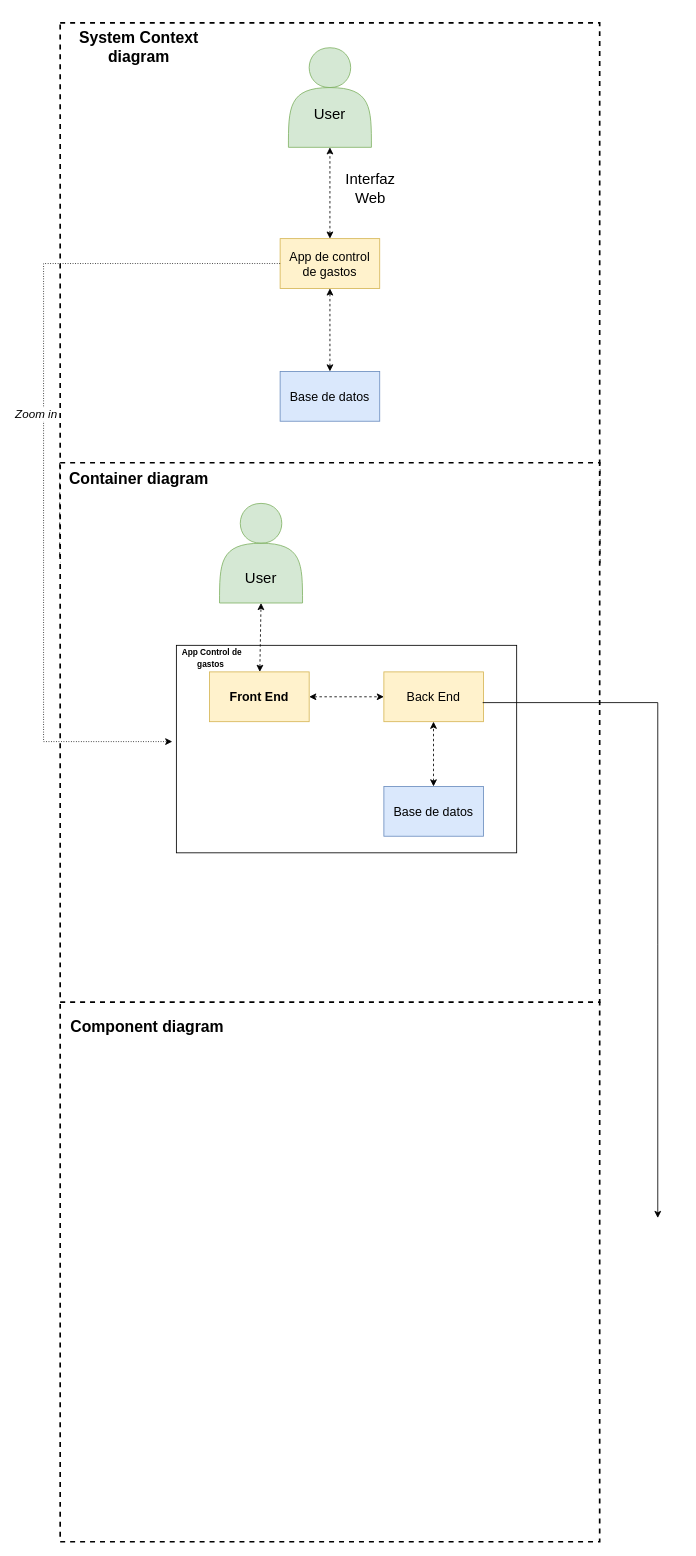
This is Diagram/C4-diagram.drawio from Camilo2299/CI-CD-Project, a draw.io file, before an edit. Source tidied: cells renumbered, new cells numbered last; positions are measured from the earlier drawing's top-left corner, leaving out a move shared by most shapes. Both pictures are drawn from the tidied source at 83%, with x=0, y=0 at pixel (43, 14).
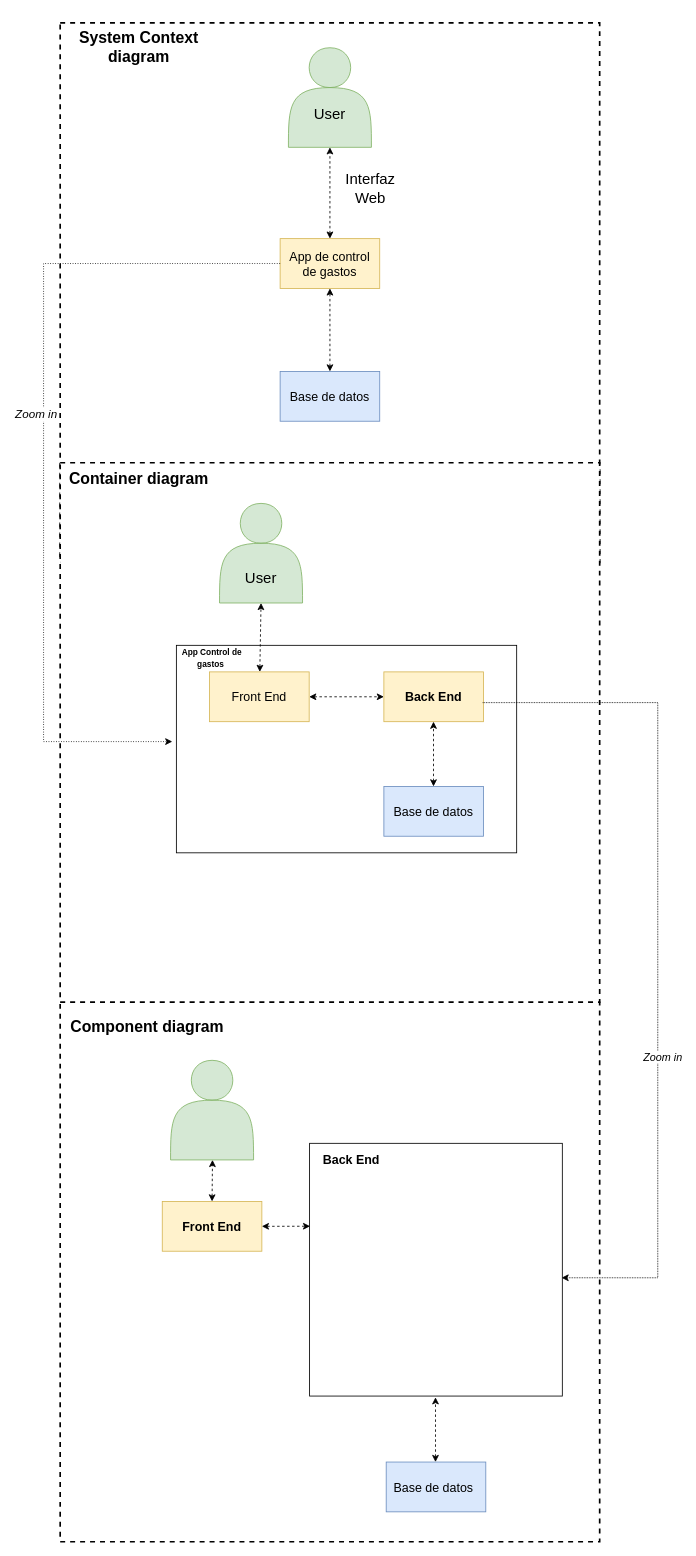
After the change.

Unchanged cells that the change refers to:
```xml
<mxCell id="20" style="rounded=0;whiteSpace=wrap;html=1;fillColor=#fff2cc;strokeColor=#d6b656;" parent="1" vertex="1">
  <mxGeometry x="410" y="792" width="120" height="60" as="geometry" />
</mxCell>
```

The edit, as a diff of the source:
```diff
@@
-    <mxCell id="19" value="&lt;font style=&quot;font-size: 15px;&quot;&gt;Front End&lt;/font&gt;" style="text;strokeColor=none;align=center;fillColor=none;html=1;verticalAlign=middle;whiteSpace=wrap;rounded=0;fontStyle=1;" parent="1" vertex="1">
+    <mxCell id="19" value="&lt;font style=&quot;font-size: 15px; font-weight: normal;&quot;&gt;Front End&lt;/font&gt;" style="text;strokeColor=none;align=center;fillColor=none;html=1;verticalAlign=middle;whiteSpace=wrap;rounded=0;fontStyle=1;" parent="1" vertex="1">
       <mxGeometry x="210" y="802" width="100" height="40" as="geometry" />
     </mxCell>
@@
-    <mxCell id="21" value="&lt;font style=&quot;font-size: 15px;&quot;&gt;Back End&lt;/font&gt;" style="text;strokeColor=none;align=center;fillColor=none;html=1;verticalAlign=middle;whiteSpace=wrap;rounded=0;" parent="1" vertex="1">
+    <mxCell id="21" value="&lt;font style=&quot;font-size: 15px;&quot;&gt;&lt;b&gt;Back End&lt;/b&gt;&lt;/font&gt;" style="text;strokeColor=none;align=center;fillColor=none;html=1;verticalAlign=middle;whiteSpace=wrap;rounded=0;" parent="1" vertex="1">
       <mxGeometry x="420" y="802" width="100" height="40" as="geometry" />
     </mxCell>
@@
-    <mxCell id="32" style="endArrow=classic;html=1;rounded=0;exitX=0.992;exitY=0.617;exitDx=0;exitDy=0;exitPerimeter=0;" parent="1" edge="1" source="20">
+    <mxCell id="32" style="endArrow=classic;html=1;rounded=0;exitX=0.992;exitY=0.617;exitDx=0;exitDy=0;exitPerimeter=0;entryX=0.997;entryY=0.532;entryDx=0;entryDy=0;entryPerimeter=0;dashed=1;dashPattern=1 1;" parent="1" edge="1" source="20" target="38">
       <mxGeometry relative="1" as="geometry">
-        <mxPoint x="740" y="1450" as="targetPoint" />
         <Array as="points">
           <mxPoint x="740" y="829" />
           <mxPoint x="740" y="1120" />
+          <mxPoint x="740" y="1330" />
+          <mxPoint x="740" y="1522" />
         </Array>
       </mxGeometry>
     </mxCell>
+    <mxCell id="33" value="&lt;font size=&quot;1&quot; style=&quot;&quot;&gt;&lt;i style=&quot;font-size: 13px;&quot;&gt;Zoom in&lt;/i&gt;&lt;/font&gt;" style="edgeLabel;html=1;align=center;verticalAlign=middle;" parent="32" vertex="1">
+      <mxGeometry x="0.25" y="5" relative="1" as="geometry" />
+    </mxCell>
+    <mxCell id="34" style="shape=actor;whiteSpace=wrap;html=1;fillColor=#d5e8d4;strokeColor=#82b366;" parent="1" vertex="1">
+      <mxGeometry x="153" y="1260" width="100" height="120" as="geometry" />
+    </mxCell>
+    <mxCell id="35" style="rounded=0;whiteSpace=wrap;html=1;fillColor=#fff2cc;strokeColor=#d6b656;fontStyle=1;" parent="1" vertex="1">
+      <mxGeometry x="143" y="1430" width="120" height="60" as="geometry" />
+    </mxCell>
+    <mxCell id="36" value="&lt;font style=&quot;font-size: 15px;&quot;&gt;Front End&lt;/font&gt;" style="text;strokeColor=none;align=center;fillColor=none;html=1;verticalAlign=middle;whiteSpace=wrap;rounded=0;fontStyle=1;" parent="1" vertex="1">
+      <mxGeometry x="153" y="1440" width="100" height="40" as="geometry" />
+    </mxCell>
+    <mxCell id="37" style="html=1;labelBackgroundColor=#ffffff;startArrow=classic;startFill=1;startSize=6;endArrow=classic;endFill=1;endSize=6;jettySize=auto;strokeWidth=1;dashed=1;fontSize=14;rounded=0;entryX=0.5;entryY=1;entryDx=0;entryDy=0;exitX=0.5;exitY=0;exitDx=0;exitDy=0;" parent="1" edge="1" source="35">
+      <mxGeometry relative="1" as="geometry">
+        <mxPoint x="203.5" y="1380" as="targetPoint" />
+      </mxGeometry>
+    </mxCell>
+    <mxCell id="38" style="whiteSpace=wrap;html=1;" parent="1" vertex="1">
+      <mxGeometry x="320.5" y="1360" width="304.5" height="304.5" as="geometry" />
+    </mxCell>
+    <mxCell id="39" value="&lt;font style=&quot;font-size: 15px;&quot;&gt;Back End&lt;/font&gt;" style="text;strokeColor=none;align=center;fillColor=none;html=1;verticalAlign=middle;whiteSpace=wrap;rounded=0;fontStyle=1;" parent="1" vertex="1">
+      <mxGeometry x="320.5" y="1360" width="100" height="40" as="geometry" />
+    </mxCell>
+    <mxCell id="40" style="rounded=0;whiteSpace=wrap;html=1;fillColor=#dae8fc;strokeColor=#6c8ebf;" parent="1" vertex="1">
+      <mxGeometry x="412.8" y="1744" width="120" height="60" as="geometry" />
+    </mxCell>
+    <mxCell id="41" style="html=1;labelBackgroundColor=#ffffff;startArrow=classic;startFill=1;startSize=6;endArrow=classic;endFill=1;endSize=6;jettySize=auto;orthogonalLoop=1;strokeWidth=1;dashed=1;fontSize=14;rounded=0;entryX=0.5;entryY=1;entryDx=0;entryDy=0;" parent="1" edge="1">
+      <mxGeometry relative="1" as="geometry">
+        <mxPoint x="472.2" y="1744" as="sourcePoint" />
+        <mxPoint x="472.2" y="1666" as="targetPoint" />
+      </mxGeometry>
+    </mxCell>
+    <mxCell id="42" value="&lt;font style=&quot;font-size: 15px;&quot;&gt;Base de datos&lt;/font&gt;" style="text;strokeColor=none;align=center;fillColor=none;html=1;verticalAlign=middle;whiteSpace=wrap;rounded=0;" parent="1" vertex="1">
+      <mxGeometry x="420" y="1754" width="100" height="40" as="geometry" />
+    </mxCell>
+    <mxCell id="43" style="html=1;labelBackgroundColor=#ffffff;startArrow=classic;startFill=1;startSize=6;endArrow=classic;endFill=1;endSize=6;jettySize=auto;strokeWidth=1;dashed=1;fontSize=14;rounded=0;entryX=0.002;entryY=0.328;entryDx=0;entryDy=0;entryPerimeter=0;exitX=1;exitY=0.5;exitDx=0;exitDy=0;" parent="1" edge="1" source="35" target="38">
+      <mxGeometry relative="1" as="geometry" />
+    </mxCell>
```
